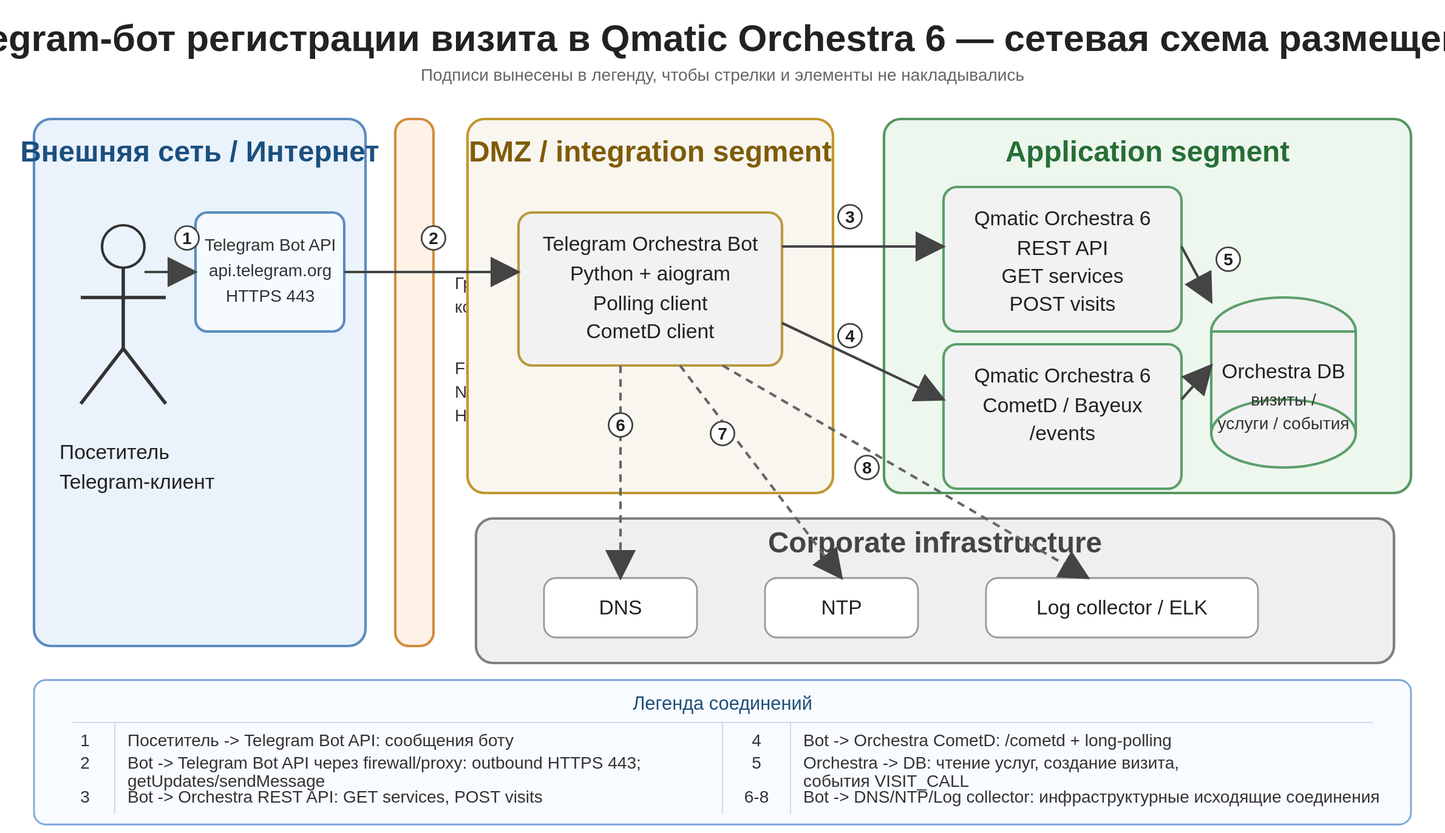
The PlantUML diagram docs/diagrams/network-flow.svg in psokolov25/chatbot, before a commit. Its source is kept beside it as docs/diagrams/src/network-flow.puml. Its diagram source:
```plantuml
@startuml
title Telegram-бот регистрации визита в Qmatic Orchestra 6 — сетевой контур

!include style.iuml
skinparam BackgroundColor #ffffff
skinparam linetype ortho
skinparam nodesep 70
skinparam ranksep 90
skinparam cloud {
  BackgroundColor #f8fbff
  BorderColor #5b8cc0
}

left to right direction

actor "Посетитель\nTelegram-клиент" as Visitor

cloud "Интернет" as Internet {
  component "Telegram Bot API\napi.telegram.org:443" as TelegramApi
}

node "Корпоративный / филиальный контур" as Corp {
  node "DMZ / integration segment" as DMZ {
    component "Telegram Orchestra Bot\nPython + aiogram\npolling + CometD client" as Bot
  }

  node "Application segment" as App {
    component "Qmatic Orchestra 6" as Orchestra
    database "Orchestra DB" as OrchestraDb
  }

  component "DNS" as DNS
  component "NTP" as NTP
  component "Log collector\nstdout / journald / ELK" as Logs
}

DMZ -[hidden]-> App
App -[hidden]-> DNS
DNS -[hidden]-> NTP
NTP -[hidden]-> Logs

Visitor --> TelegramApi : сообщения боту
Bot --> TelegramApi : HTTPS 443\ngetUpdates/sendMessage\nисходящее соединение

Bot --> Orchestra : REST API\nGET services\nPOST visits
Bot --> Orchestra : CometD /cometd\nhandshake/subscribe/connect\nlong-polling

Orchestra --> OrchestraDb : чтение/запись визитов
Bot --> DNS : DNS lookup
Bot --> NTP : time sync
Bot --> Logs : stdout logs

legend bottom center
|= № |= Соединение |
| 1 | Посетитель -> Telegram Bot API: сообщения боту |
| 2 | Bot -> Telegram Bot API: outbound HTTPS 443 (getUpdates/sendMessage) |
| 3 | Bot -> Orchestra REST API: GET services, POST visits |
| 4 | Bot -> Orchestra CometD: /cometd, handshake/subscribe/connect (long-polling) |
| 5 | Orchestra -> DB: чтение/запись визитов, услуги, VISIT_CALL |
| 6 | Bot -> DNS: разрешение имен |
| 7 | Bot -> NTP: синхронизация времени |
| 8 | Bot -> Log collector: stdout / journald / ELK |

Входящий порт из интернета не нужен:
бот работает через polling, а не через webhook.
endlegend

@enduml
```
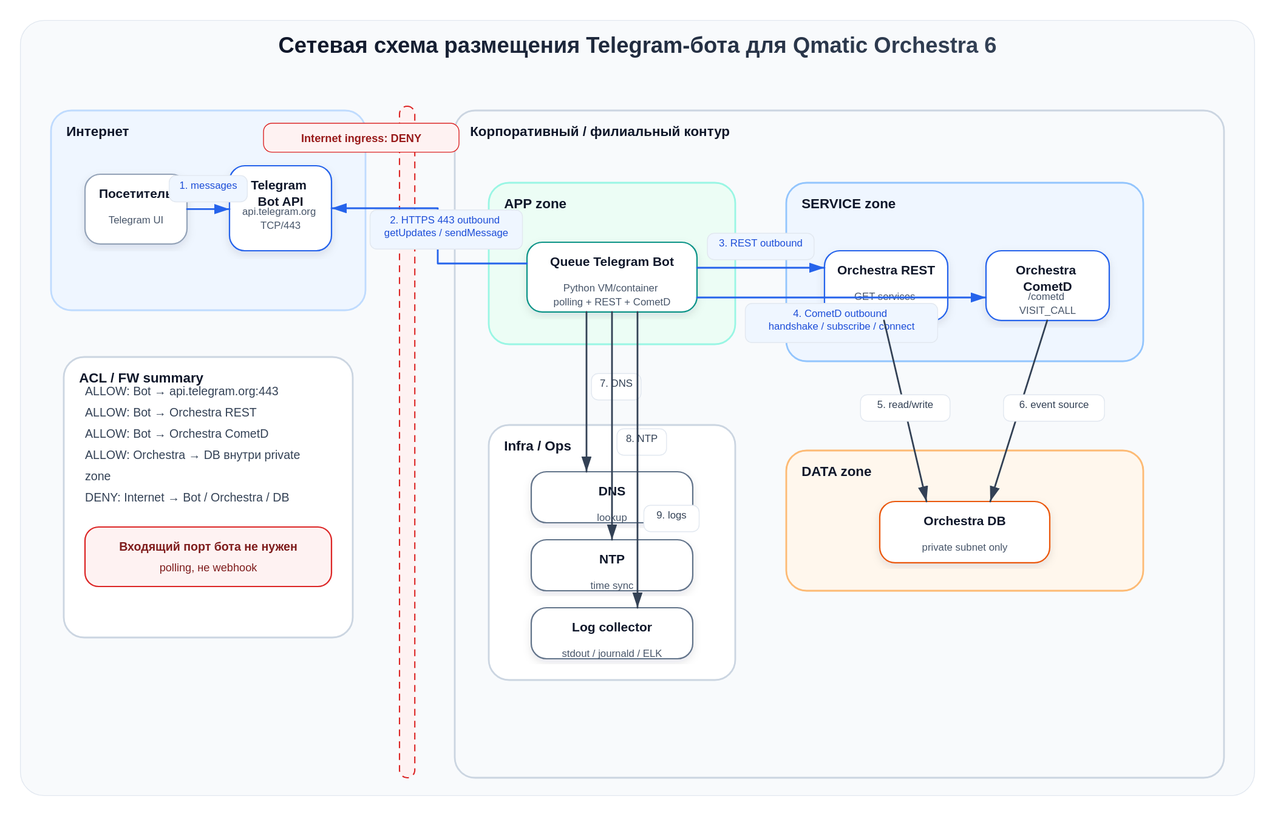
Later version of the same file.

The edit, as a diff of the source:
```diff
@@ -1,68 +1,60 @@
 @startuml
-title Telegram-бот регистрации визита в Qmatic Orchestra 6 — сетевой контур
-
+title Сетевая схема размещения Telegram-бота для Qmatic Orchestra 6
 !include style.iuml
-skinparam BackgroundColor #ffffff
-skinparam linetype ortho
-skinparam nodesep 70
+left to right direction
+skinparam nodesep 80
 skinparam ranksep 90
-skinparam cloud {
-  BackgroundColor #f8fbff
-  BorderColor #5b8cc0
-}
-
-left to right direction
 
 actor "Посетитель\nTelegram-клиент" as Visitor
 
 cloud "Интернет" as Internet {
-  component "Telegram Bot API\napi.telegram.org:443" as TelegramApi
+  component "Telegram Bot API\napi.telegram.org:443" as TelegramApi <<external>>
 }
 
-node "Корпоративный / филиальный контур" as Corp {
-  node "DMZ / integration segment" as DMZ {
-    component "Telegram Orchestra Bot\nPython + aiogram\npolling + CometD client" as Bot
+node "Корпоративный / филиальный контур\nprivate LAN / DC / VPC" as Corp {
+  rectangle "APP zone" as AppZone {
+    component "Queue Telegram Bot\nPython container / VM\nбез входящего порта" as Bot <<bot>>
   }
 
-  node "Application segment" as App {
-    component "Qmatic Orchestra 6" as Orchestra
-    database "Orchestra DB" as OrchestraDb
+  rectangle "SERVICE zone" as ServiceZone {
+    component "Qmatic Orchestra 6\nREST API" as RestApi <<orchestra>>
+    component "Qmatic Orchestra 6\nCometD / Bayeux" as CometD <<orchestra>>
   }
 
-  component "DNS" as DNS
-  component "NTP" as NTP
-  component "Log collector\nstdout / journald / ELK" as Logs
+  rectangle "DATA zone" as DataZone {
+    database "Orchestra DB\nзакрыта от Интернета" as Db
+  }
+
+  rectangle "Infra / Ops" as OpsZone {
+    component "DNS" as Dns
+    component "NTP" as Ntp
+    component "Log collector\nstdout / journald / ELK" as Logs
+  }
 }
 
-DMZ -[hidden]-> App
-App -[hidden]-> DNS
-DNS -[hidden]-> NTP
-NTP -[hidden]-> Logs
+Visitor --> TelegramApi : 1. сообщения боту
+Bot --> TelegramApi : 2. HTTPS 443 outbound\ngetUpdates / sendMessage
+Bot --> RestApi : 3. REST outbound\nGET services / POST visits
+Bot --> CometD : 4. CometD outbound\nhandshake / subscribe / connect
+RestApi --> Db : 5. read/write visits, services
+CometD --> Db : 6. publish VISIT_CALL context
+Bot --> Dns : 7. DNS lookup
+Bot --> Ntp : 8. time sync
+Bot --> Logs : 9. application logs
 
-Visitor --> TelegramApi : сообщения боту
-Bot --> TelegramApi : HTTPS 443\ngetUpdates/sendMessage\nисходящее соединение
-
-Bot --> Orchestra : REST API\nGET services\nPOST visits
-Bot --> Orchestra : CometD /cometd\nhandshake/subscribe/connect\nlong-polling
-
-Orchestra --> OrchestraDb : чтение/запись визитов
-Bot --> DNS : DNS lookup
-Bot --> NTP : time sync
-Bot --> Logs : stdout logs
+Internet -[#DC2626,dashed]-> Bot : DENY ingress
+Internet -[#DC2626,dashed]-> RestApi : DENY public access
+Internet -[#DC2626,dashed]-> Db : DENY public DB access
 
 legend bottom center
-|= № |= Соединение |
-| 1 | Посетитель -> Telegram Bot API: сообщения боту |
-| 2 | Bot -> Telegram Bot API: outbound HTTPS 443 (getUpdates/sendMessage) |
-| 3 | Bot -> Orchestra REST API: GET services, POST visits |
-| 4 | Bot -> Orchestra CometD: /cometd, handshake/subscribe/connect (long-polling) |
-| 5 | Orchestra -> DB: чтение/запись визитов, услуги, VISIT_CALL |
-| 6 | Bot -> DNS: разрешение имен |
-| 7 | Bot -> NTP: синхронизация времени |
-| 8 | Bot -> Log collector: stdout / journald / ELK |
-
-Входящий порт из интернета не нужен:
-бот работает через polling, а не через webhook.
+|= № |= Разрешённый поток |= Назначение |
+| 1 | Visitor -> Telegram Bot API | пользовательские команды и callbacks |
+| 2 | Bot -> Telegram API: TCP/443 | polling + отправка сообщений |
+| 3 | Bot -> Orchestra REST | получение услуг и создание визита |
+| 4 | Bot -> Orchestra CometD | подписка на VISIT_CALL по prefix филиала |
+| 5-6 | Orchestra -> DB | чтение/запись бизнес-данных и событий |
+| 7-9 | Bot -> DNS/NTP/Logs | инфраструктурные исходящие подключения |
+--
+Входящий порт из Интернета для бота не нужен: используется polling, не webhook.
 endlegend
-
 @enduml
```
